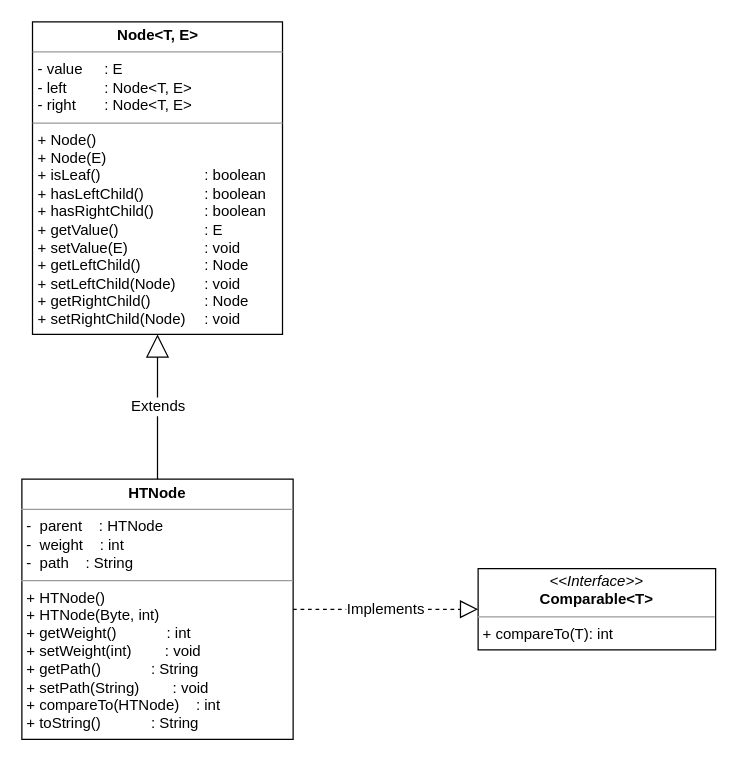
Before: page "HTNode 类图" (4 of 8) of software-engineering/huffman-code.drawio in Pineapple666/Draw, a draw.io diagram. Source tidied: cells renumbered, new cells numbered last; positions are measured from the earlier drawing's top-left corner, leaving out a move shared by most shapes. Both pictures are drawn from the tidied source at 125%, with x=0, y=0 at pixel (21, 21).
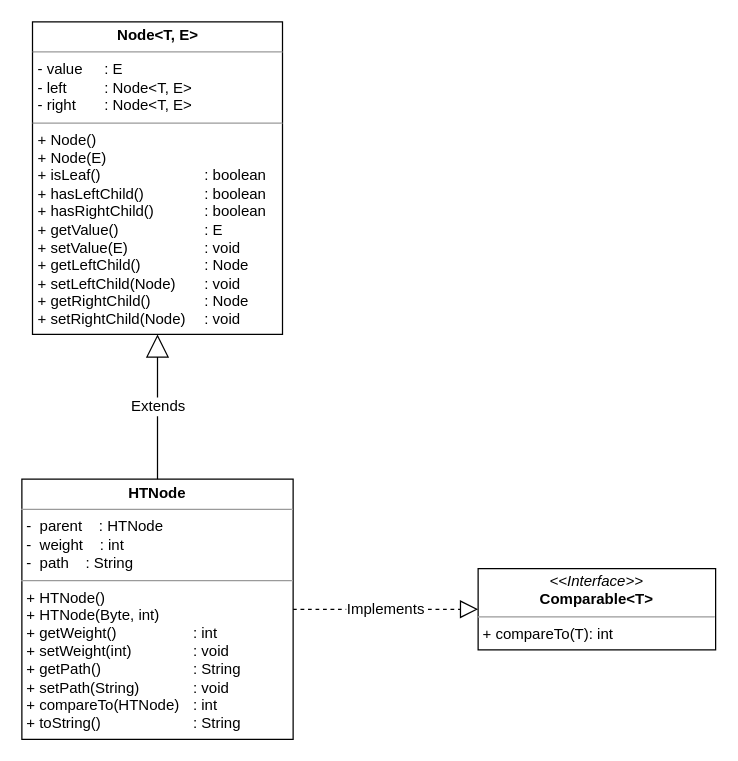
The same diagram, later.

Diff of the diagram source:
```diff
@@
 <mxGraphModel>
   <root>
     <mxCell id="0" />
     <mxCell id="1" parent="0" />
     <mxCell id="2" value="&lt;p style=&quot;margin:0px;margin-top:4px;text-align:center;&quot;&gt;&lt;b&gt;Node&amp;lt;T, E&amp;gt;&lt;/b&gt;&lt;/p&gt;&lt;hr size=&quot;1&quot;&gt;&lt;p style=&quot;margin:0px;margin-left:4px;&quot;&gt;- value&lt;span style=&quot;white-space: pre;&quot;&gt;&#9;&lt;/span&gt;: E&lt;/p&gt;&lt;p style=&quot;margin:0px;margin-left:4px;&quot;&gt;- left&lt;span style=&quot;white-space: pre;&quot;&gt;&#9;&lt;span style=&quot;white-space: pre;&quot;&gt;&#9;&lt;/span&gt;&lt;/span&gt;: Node&amp;lt;T, E&amp;gt;&lt;/p&gt;&lt;p style=&quot;margin:0px;margin-left:4px;&quot;&gt;- right&lt;span style=&quot;white-space: pre;&quot;&gt;&#9;&lt;/span&gt;: Node&amp;lt;T, E&amp;gt;&lt;/p&gt;&lt;hr size=&quot;1&quot;&gt;&lt;p style=&quot;margin:0px;margin-left:4px;&quot;&gt;+ Node()&lt;/p&gt;&lt;p style=&quot;margin:0px;margin-left:4px;&quot;&gt;+ Node(E)&lt;/p&gt;&lt;p style=&quot;margin:0px;margin-left:4px;&quot;&gt;+ isLeaf()&lt;span style=&quot;white-space: pre;&quot;&gt;&#9;&lt;/span&gt;&lt;span style=&quot;white-space: pre;&quot;&gt;&#9;&lt;/span&gt;&lt;span style=&quot;white-space: pre;&quot;&gt;&#9;&lt;/span&gt;&lt;span style=&quot;white-space: pre;&quot;&gt;&#9;&lt;/span&gt;: boolean&lt;/p&gt;&lt;p style=&quot;margin:0px;margin-left:4px;&quot;&gt;+ hasLeftChild()&lt;span style=&quot;white-space: pre;&quot;&gt;&#9;&lt;/span&gt;&lt;span style=&quot;white-space: pre;&quot;&gt;&#9;&lt;/span&gt;: boolean&lt;/p&gt;&lt;p style=&quot;margin:0px;margin-left:4px;&quot;&gt;+ hasRightChild()&lt;span style=&quot;white-space: pre;&quot;&gt;&#9;&lt;/span&gt;&lt;span style=&quot;white-space: pre;&quot;&gt;&#9;&lt;/span&gt;: boolean&lt;/p&gt;&lt;p style=&quot;margin:0px;margin-left:4px;&quot;&gt;+ getValue()&lt;span style=&quot;white-space: pre;&quot;&gt;&#9;&lt;/span&gt;&lt;span style=&quot;white-space: pre;&quot;&gt;&#9;&lt;/span&gt;&lt;span style=&quot;white-space: pre;&quot;&gt;&#9;&lt;/span&gt;: E&lt;/p&gt;&lt;p style=&quot;margin:0px;margin-left:4px;&quot;&gt;+ setValue(E)&lt;span style=&quot;white-space: pre;&quot;&gt;&#9;&lt;/span&gt;&lt;span style=&quot;white-space: pre;&quot;&gt;&#9;&lt;/span&gt;&lt;span style=&quot;white-space: pre;&quot;&gt;&#9;&lt;/span&gt;: void&lt;/p&gt;&lt;p style=&quot;margin:0px;margin-left:4px;&quot;&gt;+ getLeftChild()&lt;span style=&quot;white-space: pre;&quot;&gt;&#9;&lt;/span&gt;&lt;span style=&quot;white-space: pre;&quot;&gt;&#9;&lt;/span&gt;: Node&lt;/p&gt;&lt;p style=&quot;margin:0px;margin-left:4px;&quot;&gt;+ setLeftChild(Node)&lt;span style=&quot;white-space: pre;&quot;&gt;&#9;&lt;/span&gt;: void&lt;/p&gt;&lt;p style=&quot;margin:0px;margin-left:4px;&quot;&gt;+ getRightChild()&lt;span style=&quot;white-space: pre;&quot;&gt;&#9;&lt;/span&gt;&lt;span style=&quot;white-space: pre;&quot;&gt;&#9;&lt;/span&gt;: Node&lt;/p&gt;&lt;p style=&quot;margin:0px;margin-left:4px;&quot;&gt;+ setRightChild(Node)&lt;span style=&quot;white-space: pre;&quot;&gt;&#9;&lt;/span&gt;: void&lt;/p&gt;&lt;p style=&quot;margin:0px;margin-left:4px;&quot;&gt;&lt;br&gt;&lt;/p&gt;&lt;p style=&quot;margin:0px;margin-left:4px;&quot;&gt;&lt;br&gt;&lt;/p&gt;" style="verticalAlign=top;align=left;overflow=fill;fontSize=12;fontFamily=Helvetica;html=1;whiteSpace=wrap;" parent="1" vertex="1">
       <mxGeometry x="8.5" width="200" height="250" as="geometry" />
     </mxCell>
-    <mxCell id="3" value="&lt;p style=&quot;margin:0px;margin-top:4px;text-align:center;&quot;&gt;&lt;b&gt;HTNode&lt;/b&gt;&lt;/p&gt;&lt;hr size=&quot;1&quot;&gt;&lt;p style=&quot;margin:0px;margin-left:4px;&quot;&gt;-&amp;nbsp; parent&lt;span style=&quot;white-space: pre;&quot;&gt;&amp;nbsp;&amp;nbsp;&amp;nbsp;&amp;nbsp;&lt;/span&gt;: HTNode&lt;br&gt;&lt;/p&gt;&lt;p style=&quot;margin:0px;margin-left:4px;&quot;&gt;-&amp;nbsp; weight&lt;span style=&quot;&quot;&gt;&lt;span style=&quot;white-space: pre;&quot;&gt;&amp;nbsp;&amp;nbsp;&amp;nbsp;&amp;nbsp;&lt;/span&gt;&lt;/span&gt;: int&lt;/p&gt;&lt;p style=&quot;margin:0px;margin-left:4px;&quot;&gt;-&amp;nbsp; path&lt;span style=&quot;&quot;&gt;&lt;span style=&quot;white-space: pre;&quot;&gt;&amp;nbsp;&amp;nbsp;&amp;nbsp;&amp;nbsp;&lt;/span&gt;&lt;/span&gt;: String&lt;/p&gt;&lt;hr size=&quot;1&quot;&gt;&lt;p style=&quot;margin:0px;margin-left:4px;&quot;&gt;+ HTNode()&lt;/p&gt;&lt;p style=&quot;margin:0px;margin-left:4px;&quot;&gt;+ HTNode(Byte, int)&lt;/p&gt;&lt;p style=&quot;margin:0px;margin-left:4px;&quot;&gt;+ getWeight()&lt;span style=&quot;&quot;&gt;&lt;span style=&quot;white-space: pre;&quot;&gt;&amp;nbsp;&amp;nbsp;&amp;nbsp;&amp;nbsp;&lt;/span&gt;&lt;/span&gt;&lt;span style=&quot;&quot;&gt;&lt;span style=&quot;white-space: pre;&quot;&gt;&amp;nbsp;&amp;nbsp;&amp;nbsp;&amp;nbsp;&lt;/span&gt;&lt;span style=&quot;&quot;&gt;&lt;span style=&quot;white-space: pre;&quot;&gt;&amp;nbsp;&amp;nbsp;&amp;nbsp;&amp;nbsp;&lt;/span&gt;&lt;/span&gt;&lt;/span&gt;: int&lt;/p&gt;&lt;p style=&quot;margin:0px;margin-left:4px;&quot;&gt;+ setWeight(int)&lt;span style=&quot;&quot;&gt;&lt;span style=&quot;white-space: pre;&quot;&gt;&amp;nbsp;&amp;nbsp;&amp;nbsp;&amp;nbsp;&lt;/span&gt;&lt;/span&gt;&lt;span style=&quot;&quot;&gt;&lt;span style=&quot;white-space: pre;&quot;&gt;&amp;nbsp;&amp;nbsp;&amp;nbsp;&amp;nbsp;&lt;/span&gt;&lt;/span&gt;: void&lt;/p&gt;&lt;p style=&quot;margin:0px;margin-left:4px;&quot;&gt;+ getPath()&lt;span style=&quot;&quot;&gt;&lt;span style=&quot;white-space: pre;&quot;&gt;&amp;nbsp;&amp;nbsp;&amp;nbsp;&amp;nbsp;&lt;/span&gt;&lt;/span&gt;&lt;span style=&quot;&quot;&gt;&lt;span style=&quot;white-space: pre;&quot;&gt;&amp;nbsp;&amp;nbsp;&amp;nbsp;&amp;nbsp;&lt;/span&gt;&lt;/span&gt;&lt;span style=&quot;&quot;&gt;&lt;span style=&quot;white-space: pre;&quot;&gt;&amp;nbsp;&amp;nbsp;&amp;nbsp;&amp;nbsp;&lt;/span&gt;&lt;/span&gt;: String&lt;/p&gt;&lt;p style=&quot;margin:0px;margin-left:4px;&quot;&gt;+ setPath(String)&lt;span style=&quot;&quot;&gt;&lt;span style=&quot;white-space: pre;&quot;&gt;&amp;nbsp;&amp;nbsp;&amp;nbsp;&amp;nbsp;&lt;/span&gt;&lt;/span&gt;&lt;span style=&quot;&quot;&gt;&lt;span style=&quot;white-space: pre;&quot;&gt;&amp;nbsp;&amp;nbsp;&amp;nbsp;&amp;nbsp;&lt;/span&gt;&lt;/span&gt;: void&lt;/p&gt;&lt;p style=&quot;margin:0px;margin-left:4px;&quot;&gt;+ compareTo(HTNode)&lt;span style=&quot;&quot;&gt;&lt;span style=&quot;white-space: pre;&quot;&gt;&amp;nbsp;&amp;nbsp;&amp;nbsp;&amp;nbsp;&lt;/span&gt;&lt;/span&gt;: int&lt;/p&gt;&lt;p style=&quot;margin:0px;margin-left:4px;&quot;&gt;+ toString()&lt;span style=&quot;&quot;&gt;&lt;span style=&quot;white-space: pre;&quot;&gt;&amp;nbsp;&amp;nbsp;&amp;nbsp;&amp;nbsp;&lt;/span&gt;&lt;/span&gt;&lt;span style=&quot;&quot;&gt;&lt;span style=&quot;white-space: pre;&quot;&gt;&amp;nbsp;&amp;nbsp;&amp;nbsp;&amp;nbsp;&lt;/span&gt;&lt;/span&gt;&lt;span style=&quot;&quot;&gt;&lt;span style=&quot;white-space: pre;&quot;&gt;&amp;nbsp;&amp;nbsp;&amp;nbsp;&amp;nbsp;&lt;/span&gt;&lt;/span&gt;: String&lt;/p&gt;" style="verticalAlign=top;align=left;overflow=fill;fontSize=12;fontFamily=Helvetica;html=1;whiteSpace=wrap;" parent="1" vertex="1">
+    <mxCell id="3" value="&lt;p style=&quot;margin:0px;margin-top:4px;text-align:center;&quot;&gt;&lt;b&gt;HTNode&lt;/b&gt;&lt;/p&gt;&lt;hr size=&quot;1&quot;&gt;&lt;p style=&quot;margin:0px;margin-left:4px;&quot;&gt;-&amp;nbsp; parent&lt;span style=&quot;white-space: pre;&quot;&gt;&amp;nbsp;&amp;nbsp;&amp;nbsp;&amp;nbsp;&lt;/span&gt;: HTNode&lt;br&gt;&lt;/p&gt;&lt;p style=&quot;margin:0px;margin-left:4px;&quot;&gt;-&amp;nbsp; weight&lt;span style=&quot;&quot;&gt;&lt;span style=&quot;white-space: pre;&quot;&gt;&amp;nbsp;&amp;nbsp;&amp;nbsp;&amp;nbsp;&lt;/span&gt;&lt;/span&gt;: int&lt;/p&gt;&lt;p style=&quot;margin:0px;margin-left:4px;&quot;&gt;-&amp;nbsp; path&lt;span style=&quot;&quot;&gt;&lt;span style=&quot;white-space: pre;&quot;&gt;&amp;nbsp;&amp;nbsp;&amp;nbsp;&amp;nbsp;&lt;/span&gt;&lt;/span&gt;: String&lt;/p&gt;&lt;hr size=&quot;1&quot;&gt;&lt;p style=&quot;margin:0px;margin-left:4px;&quot;&gt;+ HTNode()&lt;/p&gt;&lt;p style=&quot;margin:0px;margin-left:4px;&quot;&gt;+ HTNode(Byte, int)&lt;/p&gt;&lt;p style=&quot;margin:0px;margin-left:4px;&quot;&gt;+ getWeight()&lt;span style=&quot;&quot;&gt;&lt;span style=&quot;white-space: pre;&quot;&gt;&amp;nbsp;&amp;nbsp;&amp;nbsp;&amp;nbsp;&lt;/span&gt;&lt;/span&gt;&lt;span style=&quot;&quot;&gt;&lt;span style=&quot;white-space: pre;&quot;&gt;&amp;nbsp;&amp;nbsp;&amp;nbsp;&amp;nbsp;&lt;/span&gt;&lt;span style=&quot;&quot;&gt;&lt;span style=&quot;white-space: pre;&quot;&gt;&amp;nbsp;&amp;nbsp;&amp;nbsp;&amp;nbsp;&lt;span style=&quot;white-space: pre;&quot;&gt;&#9;&lt;/span&gt;&lt;/span&gt;&lt;/span&gt;&lt;/span&gt;: int&lt;/p&gt;&lt;p style=&quot;margin:0px;margin-left:4px;&quot;&gt;+ setWeight(int)&lt;span style=&quot;&quot;&gt;&lt;span style=&quot;white-space: pre;&quot;&gt;&amp;nbsp;&amp;nbsp;&amp;nbsp;&amp;nbsp;&lt;/span&gt;&lt;/span&gt;&lt;span style=&quot;&quot;&gt;&lt;span style=&quot;white-space: pre;&quot;&gt;&amp;nbsp;&amp;nbsp;&amp;nbsp;&amp;nbsp;&lt;span style=&quot;white-space: pre;&quot;&gt;&#9;&lt;/span&gt;&lt;/span&gt;&lt;/span&gt;: void&lt;/p&gt;&lt;p style=&quot;margin:0px;margin-left:4px;&quot;&gt;+ getPath()&lt;span style=&quot;&quot;&gt;&lt;span style=&quot;white-space: pre;&quot;&gt;&amp;nbsp;&amp;nbsp;&amp;nbsp;&amp;nbsp;&lt;/span&gt;&lt;/span&gt;&lt;span style=&quot;&quot;&gt;&lt;span style=&quot;white-space: pre;&quot;&gt;&amp;nbsp;&amp;nbsp;&amp;nbsp;&amp;nbsp;&lt;/span&gt;&lt;/span&gt;&lt;span style=&quot;&quot;&gt;&lt;span style=&quot;white-space: pre;&quot;&gt;&amp;nbsp;&amp;nbsp;&amp;nbsp;&amp;nbsp;&lt;span style=&quot;white-space: pre;&quot;&gt;&#9;&lt;/span&gt;&lt;span style=&quot;white-space: pre;&quot;&gt;&#9;&lt;/span&gt;&lt;/span&gt;&lt;/span&gt;: String&lt;/p&gt;&lt;p style=&quot;margin:0px;margin-left:4px;&quot;&gt;+ setPath(String)&lt;span style=&quot;&quot;&gt;&lt;span style=&quot;white-space: pre;&quot;&gt;&amp;nbsp;&amp;nbsp;&amp;nbsp;&amp;nbsp;&lt;/span&gt;&lt;/span&gt;&lt;span style=&quot;&quot;&gt;&lt;span style=&quot;white-space: pre;&quot;&gt;&amp;nbsp;&amp;nbsp;&amp;nbsp;&amp;nbsp;&lt;span style=&quot;white-space: pre;&quot;&gt;&#9;&lt;/span&gt;&lt;/span&gt;&lt;/span&gt;: void&lt;/p&gt;&lt;p style=&quot;margin:0px;margin-left:4px;&quot;&gt;+ compareTo(HTNode)&lt;span style=&quot;white-space: pre;&quot;&gt;&#9;&lt;/span&gt;: int&lt;/p&gt;&lt;p style=&quot;margin:0px;margin-left:4px;&quot;&gt;+ toString()&lt;span style=&quot;&quot;&gt;&lt;span style=&quot;white-space: pre;&quot;&gt;&amp;nbsp;&amp;nbsp;&amp;nbsp;&amp;nbsp;&lt;/span&gt;&lt;/span&gt;&lt;span style=&quot;&quot;&gt;&lt;span style=&quot;white-space: pre;&quot;&gt;&amp;nbsp;&amp;nbsp;&amp;nbsp;&amp;nbsp;&lt;/span&gt;&lt;/span&gt;&lt;span style=&quot;&quot;&gt;&lt;span style=&quot;white-space: pre;&quot;&gt;&amp;nbsp;&amp;nbsp;&amp;nbsp;&amp;nbsp;&lt;span style=&quot;white-space: pre;&quot;&gt;&#9;&lt;/span&gt;&lt;span style=&quot;white-space: pre;&quot;&gt;&#9;&lt;/span&gt;&lt;/span&gt;&lt;/span&gt;: String&lt;/p&gt;" style="verticalAlign=top;align=left;overflow=fill;fontSize=12;fontFamily=Helvetica;html=1;whiteSpace=wrap;" parent="1" vertex="1">
       <mxGeometry y="365.8" width="217" height="208.2" as="geometry" />
     </mxCell>
     <mxCell id="4" value="Extends" style="endArrow=block;endSize=16;endFill=0;html=1;rounded=0;fontSize=12;curved=1;exitX=0.5;exitY=0;exitDx=0;exitDy=0;entryX=0.5;entryY=1;entryDx=0;entryDy=0;" parent="1" edge="1" source="3" target="2">
       <mxGeometry relative="1" as="geometry" />
     </mxCell>
     <mxCell id="5" value="&lt;p style=&quot;margin:0px;margin-top:4px;text-align:center;&quot;&gt;&lt;i&gt;&amp;lt;&amp;lt;Interface&amp;gt;&amp;gt;&lt;/i&gt;&lt;br&gt;&lt;b&gt;Comparable&amp;lt;T&amp;gt;&lt;/b&gt;&lt;/p&gt;&lt;hr size=&quot;1&quot;&gt;&lt;p style=&quot;margin:0px;margin-left:4px;&quot;&gt;+ compareTo(T): int&lt;/p&gt;" style="verticalAlign=top;align=left;overflow=fill;fontSize=12;fontFamily=Helvetica;html=1;whiteSpace=wrap;" parent="1" vertex="1">
       <mxGeometry x="365" y="437.4" width="190" height="65" as="geometry" />
     </mxCell>
     <mxCell id="6" value="Implements" style="endArrow=block;dashed=1;endFill=0;endSize=12;html=1;rounded=0;fontSize=12;curved=1;exitX=1;exitY=0.5;exitDx=0;exitDy=0;entryX=0;entryY=0.5;entryDx=0;entryDy=0;" parent="1" edge="1" source="3" target="5">
       <mxGeometry relative="1" as="geometry" />
     </mxCell>
   </root>
 </mxGraphModel>
```
